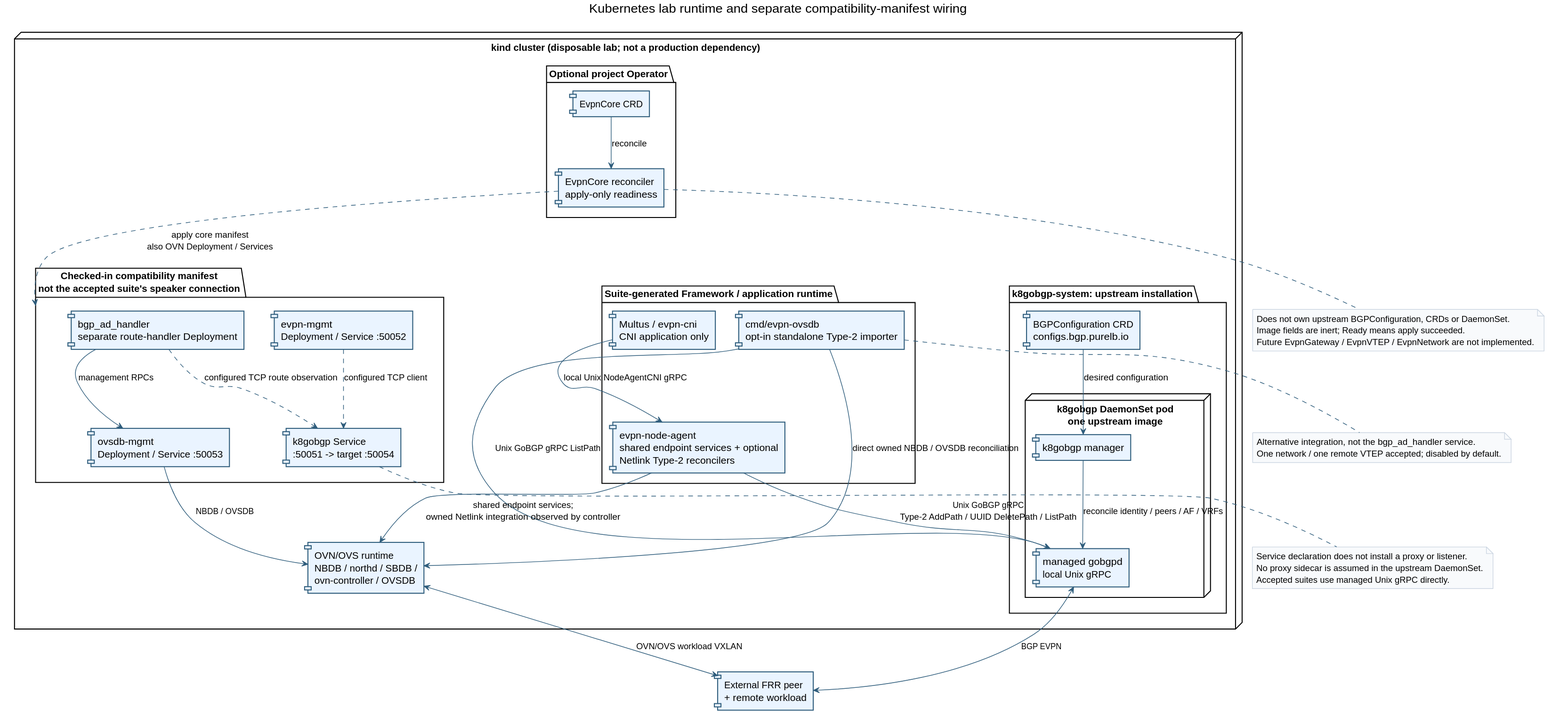
Above: docs/uml/evpn-runtime-architecture.svg in romanspb80/evpn-for-ovn (PlantUML), before the change. Its diagram source:
```plantuml
@startuml
title Kubernetes lab runtime and separate compatibility-manifest wiring
top to bottom direction
skinparam shadowing false
skinparam componentStyle rectangle
skinparam packageStyle rectangle
skinparam ArrowColor #2F5D7C
skinparam note {
  BackgroundColor #F8FAFC
  BorderColor #CBD5E1
}
skinparam component {
  BackgroundColor #EAF4FF
  BorderColor #2F5D7C
}
skinparam database {
  BackgroundColor #FFF7E7
  BorderColor #D99A22
}

node "kind cluster (disposable lab; not a production dependency)" {
  package "k8gobgp-system: upstream installation" {
    component "BGPConfiguration CRD\nconfigs.bgp.purelb.io" as BGPConfig
    node "k8gobgp DaemonSet pod\none upstream image" {
      component "k8gobgp manager" as Manager
      component "managed gobgpd\nlocal Unix gRPC" as Speaker
    }
  }
  package "Suite-generated Framework / application runtime" {
    component "evpn-node-agent\nshared endpoint services + optional\nNetlink Type-2 reconcilers" as Agent
    component "Multus / evpn-cni\nCNI application only" as CNI
    component "cmd/evpn-ovsdb\nopt-in standalone Type-2 importer" as Importer
  }
  component "OVN/OVS runtime\nNBDB / northd / SBDB /\novn-controller / OVSDB" as OVN
  package "Checked-in compatibility manifest\nnot the accepted suite's speaker connection" as Bundle {
    component "evpn-mgmt\nDeployment / Service :50052" as EvpnMgmt
    component "ovsdb-mgmt\nDeployment / Service :50053" as OvsdbMgmt
    component "bgp_ad_handler\nseparate route-handler Deployment" as Handler
    component "k8gobgp Service\n:50051 -> target :50054" as BGPService
  }
  package "Optional project Operator" {
    component "EvpnCore CRD" as EvpnCore
    component "EvpnCore reconciler\napply-only readiness" as Operator
  }
}
component "External FRR peer\n+ remote workload" as FRR

BGPConfig --> Manager : desired configuration
Manager --> Speaker : reconcile identity / peers / AF / VRFs
Agent --> Speaker : Unix GoBGP gRPC\nType-2 AddPath / UUID DeletePath / ListPath
Importer --> Speaker : Unix GoBGP gRPC ListPath
Speaker <--> FRR : BGP EVPN
CNI --> Agent : local Unix NodeAgentCNI gRPC
Agent --> OVN : shared endpoint services;\nowned Netlink integration observed by controller
Importer --> OVN : direct owned NBDB / OVSDB reconciliation
OVN <--> FRR : OVN/OVS workload VXLAN
EvpnMgmt ..> BGPService : configured TCP client
Handler ..> BGPService : configured TCP route observation
Handler --> OvsdbMgmt : management RPCs
OvsdbMgmt --> OVN : NBDB / OVSDB
EvpnCore --> Operator : reconcile
Operator ..> Bundle : apply core manifest\nalso OVN Deployment / Services

note bottom of BGPService
  Service declaration does not install a proxy or listener.
  No proxy sidecar is assumed in the upstream DaemonSet.
  Accepted suites use managed Unix gRPC directly.
end note
note bottom of Operator
  Does not own upstream BGPConfiguration, CRDs or DaemonSet.
  Image fields are inert; Ready means apply succeeded.
  Future EvpnGateway / EvpnVTEP / EvpnNetwork are not implemented.
end note
note bottom of Importer
  Alternative integration, not the bgp_ad_handler service.
  One network / one remote VTEP accepted; disabled by default.
end note
@enduml
```
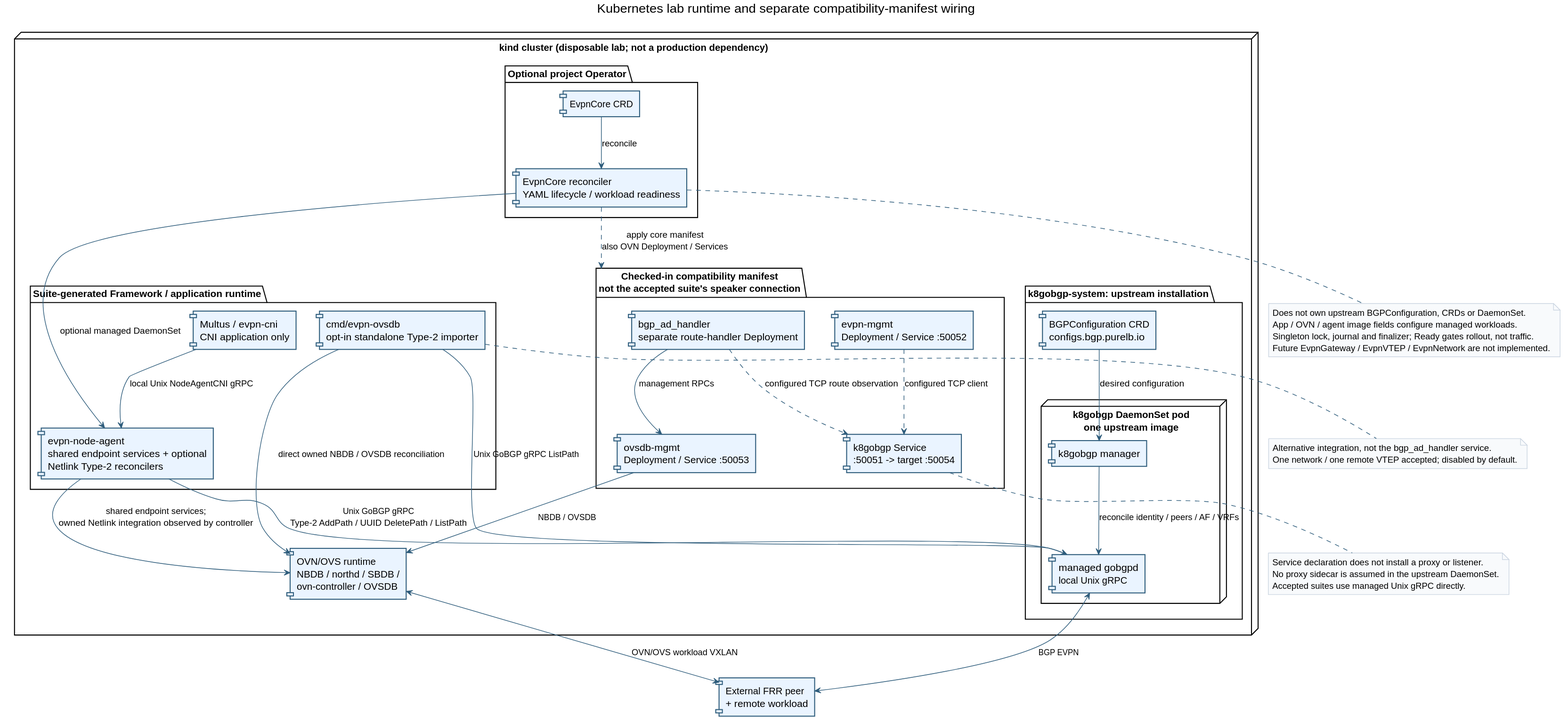
The same diagram one commit later.

What changed in the source:
```diff
@@ -40,7 +40,7 @@
   }
   package "Optional project Operator" {
     component "EvpnCore CRD" as EvpnCore
-    component "EvpnCore reconciler\napply-only readiness" as Operator
+    component "EvpnCore reconciler\nYAML lifecycle / workload readiness" as Operator
   }
 }
 component "External FRR peer\n+ remote workload" as FRR
@@ -60,6 +60,7 @@
 OvsdbMgmt --> OVN : NBDB / OVSDB
 EvpnCore --> Operator : reconcile
 Operator ..> Bundle : apply core manifest\nalso OVN Deployment / Services
+Operator --> Agent : optional managed DaemonSet
 
 note bottom of BGPService
   Service declaration does not install a proxy or listener.
@@ -68,7 +69,8 @@
 end note
 note bottom of Operator
   Does not own upstream BGPConfiguration, CRDs or DaemonSet.
-  Image fields are inert; Ready means apply succeeded.
+  App / OVN / agent image fields configure managed workloads.
+  Singleton lock, journal and finalizer; Ready gates rollout, not traffic.
   Future EvpnGateway / EvpnVTEP / EvpnNetwork are not implemented.
 end note
 note bottom of Importer
```
